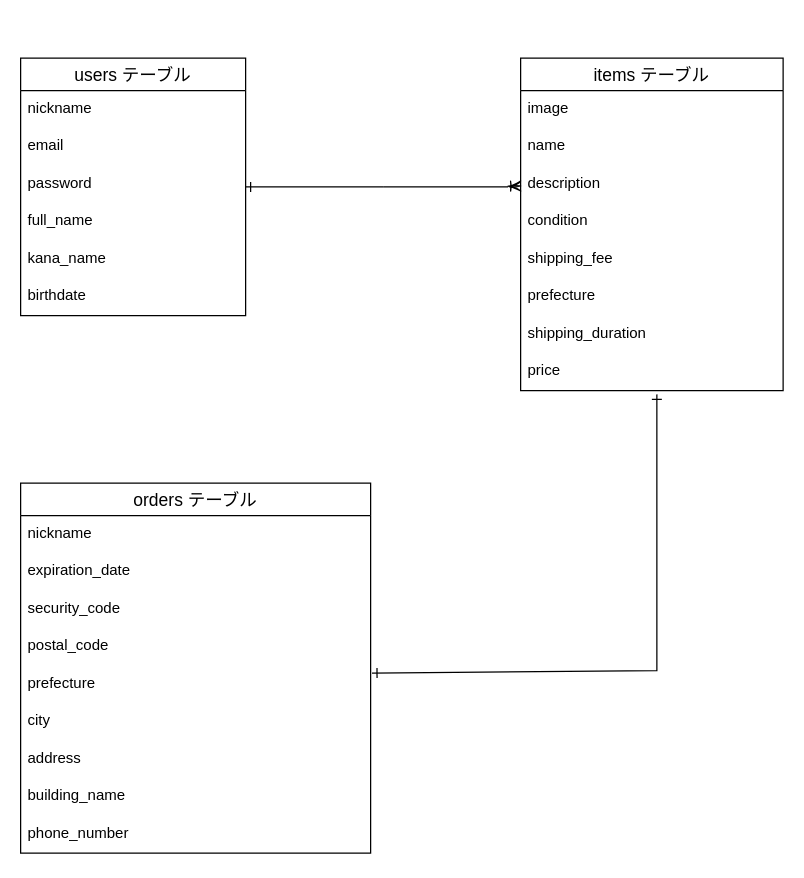
This is furima.dio from nagiriko/furima-39698, a draw.io file, before an edit. Source tidied: cells renumbered, new cells numbered last; positions are measured from the earlier drawing's top-left corner, leaving out a move shared by most shapes. Both pictures are drawn from the tidied source at 125%, with x=0, y=0 at pixel (20, 58).
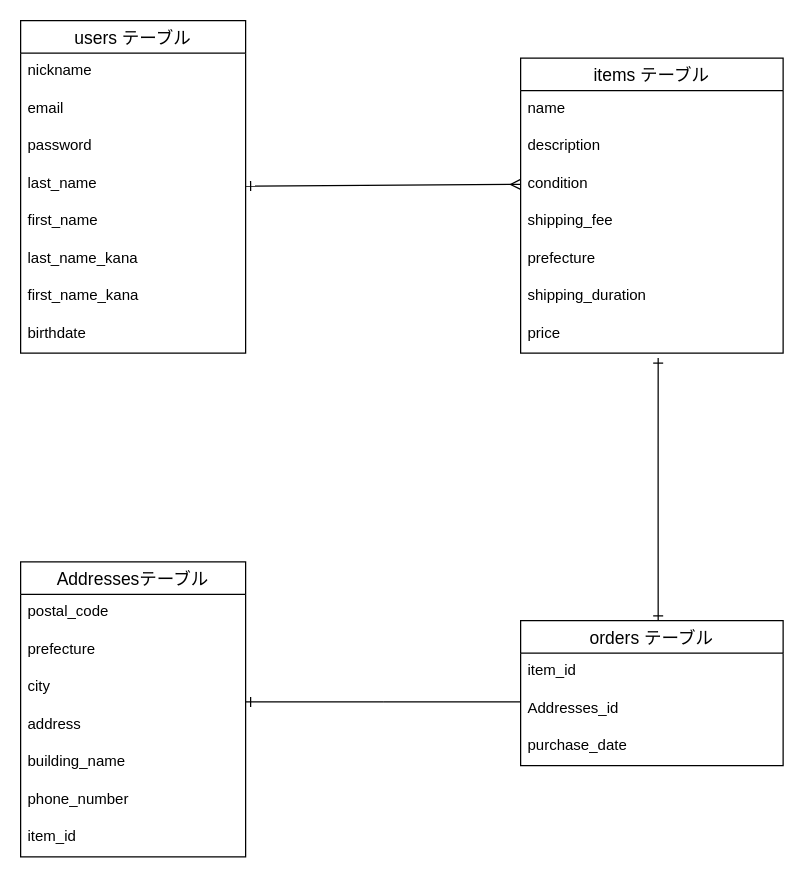
The same diagram, later.

Commit message (it also covers changes not shown here):
プルリクエストに関する修正

Change to the diagram source:
```diff
@@
     <mxCell id="2" value="users テーブル" style="swimlane;fontStyle=0;horizontal=1;startSize=26;align=center;fontSize=14;sketch=0;hachureGap=4;jiggle=2;curveFitting=1;fontFamily=Helvetica;" parent="1" vertex="1">
-      <mxGeometry width="180" height="206" as="geometry" />
+      <mxGeometry y="-30" width="180" height="266" as="geometry" />
     </mxCell>
@@
-    <mxCell id="6" value="full_name" style="text;strokeColor=none;fillColor=none;spacingLeft=4;spacingRight=4;overflow=hidden;fontSize=12;sketch=0;hachureGap=4;jiggle=2;curveFitting=1;fontFamily=Helvetica;" parent="2" vertex="1">
+    <mxCell id="6" value="last_name " style="text;strokeColor=none;fillColor=none;spacingLeft=4;spacingRight=4;overflow=hidden;fontSize=12;sketch=0;hachureGap=4;jiggle=2;curveFitting=1;fontFamily=Helvetica;" parent="2" vertex="1">
       <mxGeometry y="116" width="180" height="30" as="geometry" />
     </mxCell>
+    <mxCell id="32" value="first_name" style="text;strokeColor=none;fillColor=none;spacingLeft=4;spacingRight=4;overflow=hidden;fontSize=12;sketch=0;hachureGap=4;jiggle=2;curveFitting=1;fontFamily=Helvetica;" parent="2" vertex="1">
+      <mxGeometry y="146" width="180" height="30" as="geometry" />
+    </mxCell>
-    <mxCell id="7" value="kana_name" style="text;strokeColor=none;fillColor=none;spacingLeft=4;spacingRight=4;overflow=hidden;fontSize=12;sketch=0;hachureGap=4;jiggle=2;curveFitting=1;fontFamily=Helvetica;" parent="2" vertex="1">
-      <mxGeometry y="146" width="180" height="30" as="geometry" />
+    <mxCell id="7" value="last_name_kana" style="text;strokeColor=none;fillColor=none;spacingLeft=4;spacingRight=4;overflow=hidden;fontSize=12;sketch=0;hachureGap=4;jiggle=2;curveFitting=1;fontFamily=Helvetica;" parent="2" vertex="1">
+      <mxGeometry y="176" width="180" height="30" as="geometry" />
     </mxCell>
+    <mxCell id="33" value="first_name_kana " style="text;strokeColor=none;fillColor=none;spacingLeft=4;spacingRight=4;overflow=hidden;fontSize=12;sketch=0;hachureGap=4;jiggle=2;curveFitting=1;fontFamily=Helvetica;" parent="2" vertex="1">
+      <mxGeometry y="206" width="180" height="30" as="geometry" />
+    </mxCell>
     <mxCell id="8" value="birthdate" style="text;strokeColor=none;fillColor=none;spacingLeft=4;spacingRight=4;overflow=hidden;fontSize=12;sketch=0;hachureGap=4;jiggle=2;curveFitting=1;fontFamily=Helvetica;" parent="2" vertex="1">
-      <mxGeometry y="176" width="180" height="30" as="geometry" />
+      <mxGeometry y="236" width="180" height="30" as="geometry" />
     </mxCell>
     <mxCell id="9" value="items テーブル" style="swimlane;fontStyle=0;horizontal=1;startSize=26;align=center;fontSize=14;sketch=0;hachureGap=4;jiggle=2;curveFitting=1;fontFamily=Helvetica;" parent="1" vertex="1">
-      <mxGeometry x="400" width="210" height="266" as="geometry" />
+      <mxGeometry x="400" width="210" height="236" as="geometry" />
     </mxCell>
-    <mxCell id="10" value="image" style="text;strokeColor=none;fillColor=none;spacingLeft=4;spacingRight=4;overflow=hidden;fontSize=12;sketch=0;hachureGap=4;jiggle=2;curveFitting=1;fontFamily=Helvetica;" parent="9" vertex="1">
-      <mxGeometry y="26" width="210" height="30" as="geometry" />
-    </mxCell>
     <mxCell id="11" value="name" style="text;strokeColor=none;fillColor=none;spacingLeft=4;spacingRight=4;overflow=hidden;fontSize=12;sketch=0;hachureGap=4;jiggle=2;curveFitting=1;fontFamily=Helvetica;" parent="9" vertex="1">
-      <mxGeometry y="56" width="210" height="30" as="geometry" />
+      <mxGeometry y="26" width="210" height="30" as="geometry" />
     </mxCell>
     <mxCell id="12" value="description" style="text;strokeColor=none;fillColor=none;spacingLeft=4;spacingRight=4;overflow=hidden;points=[[0,0.5],[1,0.5]];portConstraint=eastwest;fontSize=12;sketch=0;hachureGap=4;jiggle=2;curveFitting=1;fontFamily=Helvetica;" parent="9" vertex="1">
-      <mxGeometry y="86" width="210" height="30" as="geometry" />
+      <mxGeometry y="56" width="210" height="30" as="geometry" />
     </mxCell>
     <mxCell id="13" value="condition" style="text;strokeColor=none;fillColor=none;spacingLeft=4;spacingRight=4;overflow=hidden;points=[[0,0.5],[1,0.5]];portConstraint=eastwest;fontSize=12;sketch=0;hachureGap=4;jiggle=2;curveFitting=1;fontFamily=Helvetica;" parent="9" vertex="1">
-      <mxGeometry y="116" width="210" height="30" as="geometry" />
+      <mxGeometry y="86" width="210" height="30" as="geometry" />
     </mxCell>
     <mxCell id="14" value="shipping_fee" style="text;strokeColor=none;fillColor=none;spacingLeft=4;spacingRight=4;overflow=hidden;fontSize=12;sketch=0;hachureGap=4;jiggle=2;curveFitting=1;fontFamily=Helvetica;" parent="9" vertex="1">
-      <mxGeometry y="146" width="210" height="30" as="geometry" />
+      <mxGeometry y="116" width="210" height="30" as="geometry" />
     </mxCell>
     <mxCell id="15" value="prefecture" style="text;strokeColor=none;fillColor=none;spacingLeft=4;spacingRight=4;overflow=hidden;fontSize=12;sketch=0;hachureGap=4;jiggle=2;curveFitting=1;fontFamily=Helvetica;" parent="9" vertex="1">
-      <mxGeometry y="176" width="210" height="30" as="geometry" />
+      <mxGeometry y="146" width="210" height="30" as="geometry" />
     </mxCell>
     <mxCell id="16" value="shipping_duration" style="text;strokeColor=none;fillColor=none;spacingLeft=4;spacingRight=4;overflow=hidden;fontSize=12;sketch=0;hachureGap=4;jiggle=2;curveFitting=1;fontFamily=Helvetica;" parent="9" vertex="1">
-      <mxGeometry y="206" width="210" height="30" as="geometry" />
+      <mxGeometry y="176" width="210" height="30" as="geometry" />
     </mxCell>
     <mxCell id="17" value="price" style="text;strokeColor=none;fillColor=none;spacingLeft=4;spacingRight=4;overflow=hidden;points=[[0,0.5],[1,0.5]];portConstraint=eastwest;fontSize=12;sketch=0;hachureGap=4;jiggle=2;curveFitting=1;fontFamily=Helvetica;" parent="9" vertex="1">
-      <mxGeometry y="236" width="210" height="30" as="geometry" />
+      <mxGeometry y="206" width="210" height="30" as="geometry" />
     </mxCell>
     <mxCell id="18" value="orders テーブル" style="swimlane;fontStyle=0;horizontal=1;startSize=26;align=center;fontSize=14;sketch=0;hachureGap=4;jiggle=2;curveFitting=1;fontFamily=Helvetica;" parent="1" vertex="1">
-      <mxGeometry y="340" width="280" height="296" as="geometry" />
+      <mxGeometry x="400" y="450" width="210" height="116" as="geometry" />
     </mxCell>
-    <mxCell id="19" value="nickname" style="text;strokeColor=none;fillColor=none;spacingLeft=4;spacingRight=4;overflow=hidden;fontSize=12;sketch=0;hachureGap=4;jiggle=2;curveFitting=1;fontFamily=Helvetica;" parent="18" vertex="1">
-      <mxGeometry y="26" width="280" height="30" as="geometry" />
-    </mxCell>
-    <mxCell id="20" value="expiration_date" style="text;strokeColor=none;fillColor=none;spacingLeft=4;spacingRight=4;overflow=hidden;fontSize=12;sketch=0;hachureGap=4;jiggle=2;curveFitting=1;fontFamily=Helvetica;" parent="18" vertex="1">
-      <mxGeometry y="56" width="280" height="30" as="geometry" />
-    </mxCell>
-    <mxCell id="21" value="security_code" style="text;strokeColor=none;fillColor=none;spacingLeft=4;spacingRight=4;overflow=hidden;fontSize=12;sketch=0;hachureGap=4;jiggle=2;curveFitting=1;fontFamily=Helvetica;" parent="18" vertex="1">
-      <mxGeometry y="86" width="280" height="30" as="geometry" />
-    </mxCell>
-    <mxCell id="22" value="postal_code" style="text;strokeColor=none;fillColor=none;spacingLeft=4;spacingRight=4;overflow=hidden;fontSize=12;sketch=0;hachureGap=4;jiggle=2;curveFitting=1;fontFamily=Helvetica;" parent="18" vertex="1">
-      <mxGeometry y="116" width="280" height="30" as="geometry" />
+    <mxCell id="22" value="item_id" style="text;strokeColor=none;fillColor=none;spacingLeft=4;spacingRight=4;overflow=hidden;fontSize=12;sketch=0;hachureGap=4;jiggle=2;curveFitting=1;fontFamily=Helvetica;" parent="18" vertex="1">
+      <mxGeometry y="26" width="210" height="30" as="geometry" />
     </mxCell>
-    <mxCell id="23" value="prefecture" style="text;strokeColor=none;fillColor=none;spacingLeft=4;spacingRight=4;overflow=hidden;points=[[0,0.5],[1,0.5]];portConstraint=eastwest;fontSize=12;sketch=0;hachureGap=4;jiggle=2;curveFitting=1;fontFamily=Helvetica;" parent="18" vertex="1">
-      <mxGeometry y="146" width="280" height="30" as="geometry" />
+    <mxCell id="23" value="Addresses_id" style="text;strokeColor=none;fillColor=none;spacingLeft=4;spacingRight=4;overflow=hidden;points=[[0,0.5],[1,0.5]];portConstraint=eastwest;fontSize=12;sketch=0;hachureGap=4;jiggle=2;curveFitting=1;fontFamily=Helvetica;" parent="18" vertex="1">
+      <mxGeometry y="56" width="210" height="30" as="geometry" />
     </mxCell>
-    <mxCell id="24" value="city" style="text;strokeColor=none;fillColor=none;spacingLeft=4;spacingRight=4;overflow=hidden;fontSize=12;sketch=0;hachureGap=4;jiggle=2;curveFitting=1;fontFamily=Helvetica;" parent="18" vertex="1">
-      <mxGeometry y="176" width="280" height="30" as="geometry" />
+    <mxCell id="24" value="purchase_date" style="text;strokeColor=none;fillColor=none;spacingLeft=4;spacingRight=4;overflow=hidden;fontSize=12;sketch=0;hachureGap=4;jiggle=2;curveFitting=1;fontFamily=Helvetica;" parent="18" vertex="1">
+      <mxGeometry y="86" width="210" height="30" as="geometry" />
     </mxCell>
+    <mxCell id="28" style="edgeStyle=none;hachureGap=4;html=1;fontFamily=Helvetica;fontSize=16;endArrow=ERone;endFill=0;startArrow=ERmany;startFill=0;exitX=0;exitY=0.5;exitDx=0;exitDy=0;" parent="1" edge="1" source="13" target="2">
+      <mxGeometry relative="1" as="geometry" />
+    </mxCell>
+    <mxCell id="31" style="endArrow=ERone;html=1;rounded=0;sketch=0;hachureGap=4;jiggle=2;curveFitting=1;fontFamily=Helvetica;fontSize=16;endFill=0;startArrow=ERone;startFill=0;exitX=0.524;exitY=0.001;exitDx=0;exitDy=0;exitPerimeter=0;entryX=0.524;entryY=1.133;entryDx=0;entryDy=0;entryPerimeter=0;" parent="1" edge="1" source="18" target="17">
+      <mxGeometry relative="1" as="geometry">
+        <Array as="points">
+          <mxPoint x="510" y="370" />
+          <mxPoint x="510" y="340" />
+          <mxPoint x="510" y="310" />
+        </Array>
+      </mxGeometry>
+    </mxCell>
+    <mxCell id="34" style="edgeStyle=none;hachureGap=4;html=1;fontFamily=Helvetica;fontSize=16;endArrow=ERone;endFill=0;" parent="1" edge="1">
+      <mxGeometry relative="1" as="geometry">
+        <mxPoint x="290" y="515" as="sourcePoint" />
+        <mxPoint x="180" y="515" as="targetPoint" />
+      </mxGeometry>
+    </mxCell>
+    <mxCell id="35" style="line;strokeWidth=1;dashed=0;labelPosition=right;align=left;verticalAlign=middle;spacingTop=0;spacingLeft=6;sketch=0;hachureGap=4;jiggle=2;curveFitting=1;fontFamily=Helvetica;fontSize=20;" parent="1" vertex="1">
+      <mxGeometry x="290" y="510" width="110" height="10" as="geometry" />
+    </mxCell>
+    <mxCell id="36" value="Addressesテーブル" style="swimlane;fontStyle=0;horizontal=1;startSize=26;align=center;fontSize=14;sketch=0;hachureGap=4;jiggle=2;curveFitting=1;fontFamily=Helvetica;" parent="1" vertex="1">
+      <mxGeometry y="403" width="180" height="236" as="geometry" />
+    </mxCell>
+    <mxCell id="37" value="postal_code" style="text;strokeColor=none;fillColor=none;spacingLeft=4;spacingRight=4;overflow=hidden;fontSize=12;sketch=0;hachureGap=4;jiggle=2;curveFitting=1;fontFamily=Helvetica;" parent="36" vertex="1">
+      <mxGeometry y="26" width="180" height="30" as="geometry" />
+    </mxCell>
+    <mxCell id="38" value="prefecture" style="text;strokeColor=none;fillColor=none;spacingLeft=4;spacingRight=4;overflow=hidden;fontSize=12;sketch=0;hachureGap=4;jiggle=2;curveFitting=1;fontFamily=Helvetica;" parent="36" vertex="1">
+      <mxGeometry y="56" width="180" height="30" as="geometry" />
+    </mxCell>
+    <mxCell id="39" value="city" style="text;strokeColor=none;fillColor=none;spacingLeft=4;spacingRight=4;overflow=hidden;fontSize=12;sketch=0;hachureGap=4;jiggle=2;curveFitting=1;fontFamily=Helvetica;" parent="36" vertex="1">
+      <mxGeometry y="86" width="180" height="30" as="geometry" />
+    </mxCell>
-    <mxCell id="25" value="address" style="text;strokeColor=none;fillColor=none;spacingLeft=4;spacingRight=4;overflow=hidden;fontSize=12;sketch=0;hachureGap=4;jiggle=2;curveFitting=1;fontFamily=Helvetica;" parent="18" vertex="1">
-      <mxGeometry y="206" width="280" height="30" as="geometry" />
+    <mxCell id="25" value="address" style="text;strokeColor=none;fillColor=none;spacingLeft=4;spacingRight=4;overflow=hidden;fontSize=12;sketch=0;hachureGap=4;jiggle=2;curveFitting=1;fontFamily=Helvetica;" parent="36" vertex="1">
+      <mxGeometry y="116" width="180" height="30" as="geometry" />
     </mxCell>
-    <mxCell id="26" value="building_name" style="text;strokeColor=none;fillColor=none;spacingLeft=4;spacingRight=4;overflow=hidden;fontSize=12;sketch=0;hachureGap=4;jiggle=2;curveFitting=1;fontFamily=Helvetica;" parent="18" vertex="1">
-      <mxGeometry y="236" width="280" height="30" as="geometry" />
+    <mxCell id="26" value="building_name" style="text;strokeColor=none;fillColor=none;spacingLeft=4;spacingRight=4;overflow=hidden;fontSize=12;sketch=0;hachureGap=4;jiggle=2;curveFitting=1;fontFamily=Helvetica;" parent="36" vertex="1">
+      <mxGeometry y="146" width="180" height="30" as="geometry" />
     </mxCell>
-    <mxCell id="27" value="phone_number" style="text;strokeColor=none;fillColor=none;spacingLeft=4;spacingRight=4;overflow=hidden;fontSize=12;sketch=0;hachureGap=4;jiggle=2;curveFitting=1;fontFamily=Helvetica;" parent="18" vertex="1">
-      <mxGeometry y="266" width="280" height="30" as="geometry" />
+    <mxCell id="27" value="phone_number" style="text;strokeColor=none;fillColor=none;spacingLeft=4;spacingRight=4;overflow=hidden;fontSize=12;sketch=0;hachureGap=4;jiggle=2;curveFitting=1;fontFamily=Helvetica;" parent="36" vertex="1">
+      <mxGeometry y="176" width="180" height="30" as="geometry" />
     </mxCell>
-    <mxCell id="28" style="edgeStyle=none;hachureGap=4;html=1;fontFamily=Helvetica;fontSize=16;endArrow=ERone;endFill=0;" parent="1" edge="1" target="2">
-      <mxGeometry relative="1" as="geometry">
-        <mxPoint x="290" y="103" as="sourcePoint" />
-      </mxGeometry>
-    </mxCell>
-    <mxCell id="29" style="edgeStyle=none;sketch=1;hachureGap=4;jiggle=2;curveFitting=1;html=1;fontFamily=Helvetica;fontSize=16;endArrow=ERoneToMany;endFill=0;" parent="1" edge="1" source="30" target="12">
-      <mxGeometry relative="1" as="geometry" />
-    </mxCell>
-    <mxCell id="30" style="line;strokeWidth=1;dashed=0;labelPosition=right;align=left;verticalAlign=middle;spacingTop=0;spacingLeft=6;points=[];portConstraint=eastwest;sketch=0;hachureGap=4;jiggle=2;curveFitting=1;fontFamily=Helvetica;fontSize=20;" parent="1" vertex="1">
-      <mxGeometry x="290" y="98" width="100" height="10" as="geometry" />
-    </mxCell>
-    <mxCell id="31" style="endArrow=ERone;html=1;rounded=0;sketch=0;hachureGap=4;jiggle=2;curveFitting=1;fontFamily=Helvetica;fontSize=16;entryX=0.519;entryY=1.1;entryDx=0;entryDy=0;entryPerimeter=0;exitX=1.004;exitY=0.2;exitDx=0;exitDy=0;exitPerimeter=0;endFill=0;startArrow=ERone;startFill=0;" parent="1" edge="1" source="23" target="17">
-      <mxGeometry relative="1" as="geometry">
-        <Array as="points">
-          <mxPoint x="509" y="490" />
-        </Array>
-      </mxGeometry>
-    </mxCell>
+    <mxCell id="40" value="item_id" style="text;strokeColor=none;fillColor=none;spacingLeft=4;spacingRight=4;overflow=hidden;fontSize=12;hachureGap=4;fontFamily=Helvetica;" parent="36" vertex="1">
+      <mxGeometry y="206" width="180" height="30" as="geometry" />
+    </mxCell>
```
